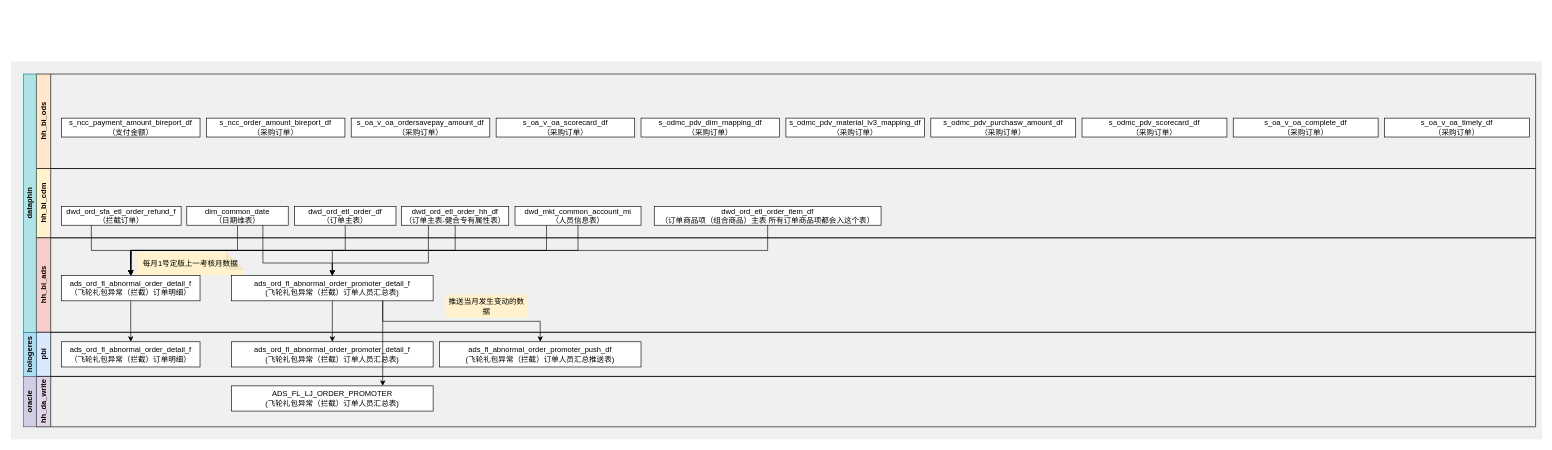
Before: 采购可视化.drawio in ztacode/drawio, a draw.io diagram. Source tidied: cells renumbered, new cells numbered last; positions are measured from the earlier drawing's top-left corner, leaving out a move shared by most shapes. Both pictures are drawn from the tidied source at 63%, with x=0, y=0 at pixel (11, 61).
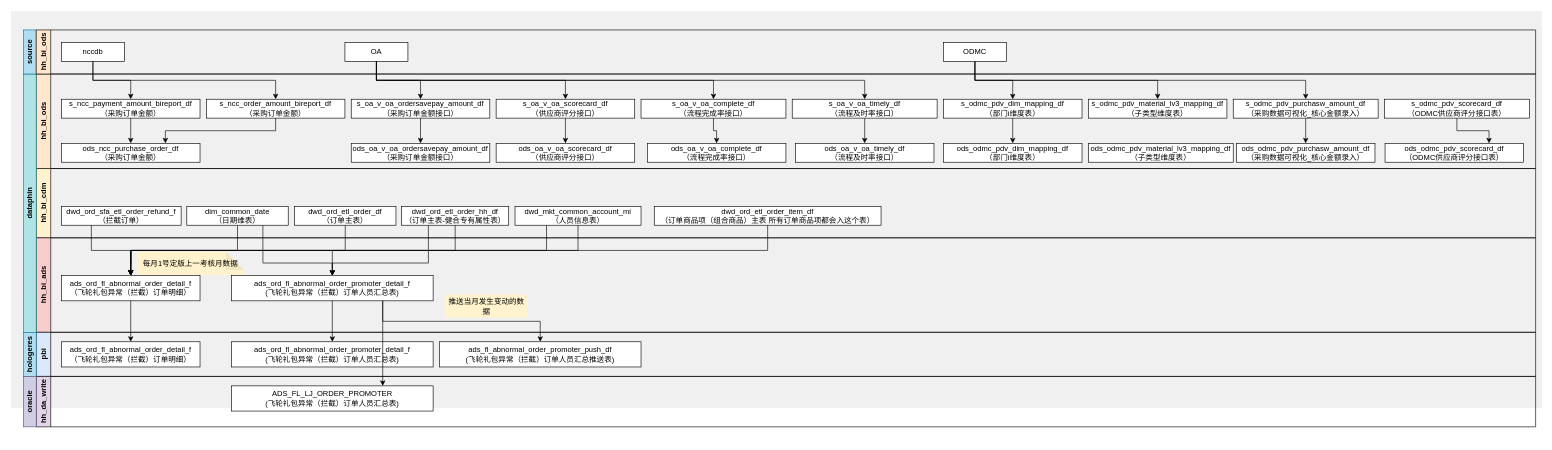
After the change.

Commit message (it also covers changes not shown here):
更新采购可视化.drawio

The change refers to these unchanged cells:
```xml
<mxCell id="3" value="hh_bi_ods" style="swimlane;horizontal=0;whiteSpace=wrap;html=1;startSize=23;fillColor=#ffe6cc;strokeColor=default;" parent="1" vertex="1">
  <mxGeometry x="40" y="20" width="2380" height="150" as="geometry" />
</mxCell>
```

Change to the diagram source:
```diff
@@
     <mxCell id="2" style="rounded=0;whiteSpace=wrap;html=1;fillColor=#F0F0F0;strokeColor=none;" parent="1" vertex="1">
-      <mxGeometry width="2430" height="600" as="geometry" />
+      <mxGeometry y="-80" width="2430" height="630" as="geometry" />
     </mxCell>
@@
+    <mxCell id="48" style="edgeStyle=orthogonalEdgeStyle;rounded=0;jettySize=auto;html=1;exitX=0.5;exitY=1;exitDx=0;exitDy=0;entryX=0.5;entryY=0;entryDx=0;entryDy=0;" parent="3" edge="1" source="47" target="61">
+      <mxGeometry relative="1" as="geometry" />
+    </mxCell>
+    <mxCell id="47" value="s_oa_v_oa_timely_df&lt;br&gt;（流程及时率接口&lt;span style=&quot;background-color: initial;&quot;&gt;）&lt;/span&gt;" style="rounded=0;whiteSpace=wrap;html=1;" parent="3" vertex="1">
+      <mxGeometry x="1200" y="40" width="230" height="30" as="geometry" />
+    </mxCell>
+    <mxCell id="49" style="edgeStyle=orthogonalEdgeStyle;rounded=0;jettySize=auto;html=1;exitX=0.5;exitY=1;exitDx=0;exitDy=0;entryX=0.5;entryY=0;entryDx=0;entryDy=0;" parent="3" edge="1" source="46" target="60">
+      <mxGeometry relative="1" as="geometry" />
+    </mxCell>
+    <mxCell id="46" value="s_oa_v_oa_complete_df&lt;br&gt;（流程完成率接口&lt;span style=&quot;background-color: initial;&quot;&gt;）&lt;/span&gt;" style="rounded=0;whiteSpace=wrap;html=1;" parent="3" vertex="1">
+      <mxGeometry x="960" y="40" width="230" height="30" as="geometry" />
+    </mxCell>
+    <mxCell id="50" style="edgeStyle=orthogonalEdgeStyle;rounded=0;jettySize=auto;html=1;exitX=0.5;exitY=1;exitDx=0;exitDy=0;entryX=0.5;entryY=0;entryDx=0;entryDy=0;" parent="3" edge="1" source="43" target="55">
+      <mxGeometry relative="1" as="geometry" />
+    </mxCell>
+    <mxCell id="43" value="s_oa_v_oa_scorecard_df&lt;br&gt;（供应商评分接口&lt;span style=&quot;background-color: initial;&quot;&gt;）&lt;/span&gt;" style="rounded=0;whiteSpace=wrap;html=1;" parent="3" vertex="1">
+      <mxGeometry x="730" y="40" width="220" height="30" as="geometry" />
+    </mxCell>
+    <mxCell id="51" style="edgeStyle=orthogonalEdgeStyle;rounded=0;jettySize=auto;html=1;exitX=0.5;exitY=1;exitDx=0;exitDy=0;entryX=0.5;entryY=0;entryDx=0;entryDy=0;" parent="3" edge="1" source="42" target="59">
+      <mxGeometry relative="1" as="geometry" />
+    </mxCell>
+    <mxCell id="42" value="s_oa_v_oa_ordersavepay_amount_df（采购订单金额接口&lt;span style=&quot;background-color: initial;&quot;&gt;）&lt;/span&gt;" style="rounded=0;whiteSpace=wrap;html=1;" parent="3" vertex="1">
+      <mxGeometry x="500" y="40" width="220" height="30" as="geometry" />
+    </mxCell>
+    <mxCell id="41" value="s_ncc_order_amount_bireport_df&lt;br&gt;（采购订单金额&lt;span style=&quot;background-color: initial;&quot;&gt;）&lt;/span&gt;" style="rounded=0;whiteSpace=wrap;html=1;" parent="3" vertex="1">
+      <mxGeometry x="270" y="40" width="220" height="30" as="geometry" />
+    </mxCell>
+    <mxCell id="40" value="s_ncc_payment_amount_bireport_df&lt;br&gt;（采购订单金额&lt;span style=&quot;background-color: initial;&quot;&gt;）&lt;/span&gt;" style="rounded=0;whiteSpace=wrap;html=1;" parent="3" vertex="1">
+      <mxGeometry x="40" y="40" width="220" height="30" as="geometry" />
+    </mxCell>
+    <mxCell id="52" style="edgeStyle=orthogonalEdgeStyle;rounded=0;jettySize=auto;html=1;exitX=0.5;exitY=1;exitDx=0;exitDy=0;entryX=0.5;entryY=0;entryDx=0;entryDy=0;" parent="3" edge="1" source="44" target="56">
+      <mxGeometry relative="1" as="geometry" />
+    </mxCell>
+    <mxCell id="44" value="s_odmc_pdv_dim_mapping_df&lt;br&gt;（部门i维度表）" style="rounded=0;whiteSpace=wrap;html=1;" parent="3" vertex="1">
+      <mxGeometry x="1440" y="40" width="220" height="30" as="geometry" />
+    </mxCell>
-    <mxCell id="4" value="s_odmc_pdv_material_lv3_mapping_df&lt;br&gt;（采购订单）" style="rounded=0;whiteSpace=wrap;html=1;" parent="3" vertex="1">
-      <mxGeometry x="1190" y="70" width="220" height="30" as="geometry" />
+    <mxCell id="4" value="s_odmc_pdv_material_lv3_mapping_df&lt;br&gt;（子类型维度表）" style="rounded=0;whiteSpace=wrap;html=1;" parent="3" vertex="1">
+      <mxGeometry x="1670" y="40" width="220" height="30" as="geometry" />
     </mxCell>
+    <mxCell id="53" style="edgeStyle=orthogonalEdgeStyle;rounded=0;jettySize=auto;html=1;exitX=0.5;exitY=1;exitDx=0;exitDy=0;entryX=0.5;entryY=0;entryDx=0;entryDy=0;" parent="3" edge="1" source="5" target="57">
+      <mxGeometry relative="1" as="geometry" />
+    </mxCell>
-    <mxCell id="5" value="s_odmc_pdv_purchasw_amount_df&lt;br&gt;（采购订单）" style="rounded=0;whiteSpace=wrap;html=1;" parent="3" vertex="1">
-      <mxGeometry x="1420" y="70" width="230" height="30" as="geometry" />
+    <mxCell id="5" value="s_odmc_pdv_purchasw_amount_df&lt;br&gt;（采购数据可视化_核心金额录入&lt;span style=&quot;background-color: initial;&quot;&gt;）&lt;/span&gt;" style="rounded=0;whiteSpace=wrap;html=1;" parent="3" vertex="1">
+      <mxGeometry x="1900" y="40" width="230" height="30" as="geometry" />
     </mxCell>
+    <mxCell id="54" style="edgeStyle=orthogonalEdgeStyle;rounded=0;jettySize=auto;html=1;exitX=0.5;exitY=1;exitDx=0;exitDy=0;entryX=0.75;entryY=0;entryDx=0;entryDy=0;" parent="3" edge="1" source="45" target="58">
+      <mxGeometry relative="1" as="geometry" />
+    </mxCell>
+    <mxCell id="45" value="s_odmc_pdv_scorecard_df&lt;br&gt;（ODMC供应商评分接口表&lt;span style=&quot;background-color: initial;&quot;&gt;）&lt;/span&gt;" style="rounded=0;whiteSpace=wrap;html=1;" parent="3" vertex="1">
+      <mxGeometry x="2140" y="40" width="230" height="30" as="geometry" />
+    </mxCell>
+    <mxCell id="55" value="ods_oa_v_oa_scorecard_df&lt;br&gt;（供应商评分接口&lt;span style=&quot;background-color: initial;&quot;&gt;）&lt;/span&gt;" style="rounded=0;whiteSpace=wrap;html=1;" parent="3" vertex="1">
+      <mxGeometry x="730" y="110" width="220" height="30" as="geometry" />
+    </mxCell>
+    <mxCell id="56" value="ods_odmc_pdv_dim_mapping_df&lt;br&gt;（部门i维度表）" style="rounded=0;whiteSpace=wrap;html=1;" parent="3" vertex="1">
+      <mxGeometry x="1440" y="110" width="220" height="30" as="geometry" />
+    </mxCell>
+    <mxCell id="57" value="ods_odmc_pdv_purchasw_amount_df（采购数据可视化_核心金额录入&lt;span style=&quot;background-color: initial;&quot;&gt;）&lt;/span&gt;" style="rounded=0;whiteSpace=wrap;html=1;" parent="3" vertex="1">
+      <mxGeometry x="1905" y="110" width="220" height="30" as="geometry" />
+    </mxCell>
+    <mxCell id="58" value="ods_odmc_pdv_scorecard_df&lt;br&gt;（ODMC供应商评分接口表&lt;span style=&quot;background-color: initial;&quot;&gt;）&lt;/span&gt;" style="rounded=0;whiteSpace=wrap;html=1;" parent="3" vertex="1">
+      <mxGeometry x="2141" y="110" width="220" height="30" as="geometry" />
+    </mxCell>
+    <mxCell id="59" value="ods_oa_v_oa_ordersavepay_amount_df&lt;br&gt;（采购订单金额接口&lt;span style=&quot;background-color: initial;&quot;&gt;）&lt;/span&gt;" style="rounded=0;whiteSpace=wrap;html=1;" parent="3" vertex="1">
+      <mxGeometry x="500" y="110" width="220" height="30" as="geometry" />
+    </mxCell>
+    <mxCell id="60" value="ods_oa_v_oa_complete_df&lt;br&gt;（流程完成率接口&lt;span style=&quot;background-color: initial;&quot;&gt;）&lt;/span&gt;" style="rounded=0;whiteSpace=wrap;html=1;" parent="3" vertex="1">
+      <mxGeometry x="970" y="110" width="220" height="30" as="geometry" />
+    </mxCell>
+    <mxCell id="61" value="ods_oa_v_oa_timely_df&lt;br&gt;（流程及时率接口&lt;span style=&quot;background-color: initial;&quot;&gt;）&lt;/span&gt;" style="rounded=0;whiteSpace=wrap;html=1;" parent="3" vertex="1">
+      <mxGeometry x="1205" y="110" width="220" height="30" as="geometry" />
+    </mxCell>
@@
-    <mxCell id="40" value="s_ncc_payment_amount_bireport_df&lt;br&gt;（支付金额）" style="rounded=0;whiteSpace=wrap;html=1;" parent="1" vertex="1">
-      <mxGeometry x="80" y="90" width="220" height="30" as="geometry" />
-    </mxCell>
-    <mxCell id="41" value="s_ncc_order_amount_bireport_df&lt;br&gt;（采购订单）" style="rounded=0;whiteSpace=wrap;html=1;" parent="1" vertex="1">
-      <mxGeometry x="310" y="90" width="220" height="30" as="geometry" />
-    </mxCell>
-    <mxCell id="42" value="s_oa_v_oa_ordersavepay_amount_df（采购订单）" style="rounded=0;whiteSpace=wrap;html=1;" parent="1" vertex="1">
-      <mxGeometry x="540" y="90" width="220" height="30" as="geometry" />
-    </mxCell>
-    <mxCell id="43" value="s_oa_v_oa_scorecard_df&lt;br&gt;（采购订单）" style="rounded=0;whiteSpace=wrap;html=1;" parent="1" vertex="1">
-      <mxGeometry x="770" y="90" width="220" height="30" as="geometry" />
-    </mxCell>
-    <mxCell id="44" value="s_odmc_pdv_dim_mapping_df&lt;br&gt;（采购订单）" style="rounded=0;whiteSpace=wrap;html=1;" parent="1" vertex="1">
-      <mxGeometry x="1000" y="90" width="220" height="30" as="geometry" />
-    </mxCell>
-    <mxCell id="45" value="s_odmc_pdv_scorecard_df&lt;br&gt;（采购订单）" style="rounded=0;whiteSpace=wrap;html=1;" parent="1" vertex="1">
-      <mxGeometry x="1700" y="90" width="230" height="30" as="geometry" />
-    </mxCell>
-    <mxCell id="46" value="s_oa_v_oa_complete_df&lt;br&gt;（采购订单）" style="rounded=0;whiteSpace=wrap;html=1;" parent="1" vertex="1">
-      <mxGeometry x="1940" y="90" width="230" height="30" as="geometry" />
-    </mxCell>
-    <mxCell id="47" value="s_oa_v_oa_timely_df&lt;br&gt;（采购订单）" style="rounded=0;whiteSpace=wrap;html=1;" parent="1" vertex="1">
-      <mxGeometry x="2180" y="90" width="230" height="30" as="geometry" />
-    </mxCell>
+    <mxCell id="62" value="source" style="rounded=0;whiteSpace=wrap;html=1;horizontal=0;fontStyle=1;fillColor=#b1ddf0;strokeColor=#10739e;" parent="1" vertex="1">
+      <mxGeometry x="20" y="-50" width="20" height="70" as="geometry" />
+    </mxCell>
+    <mxCell id="63" value="hh_bi_ods" style="swimlane;horizontal=0;whiteSpace=wrap;html=1;startSize=23;fillColor=#ffe6cc;strokeColor=default;" parent="1" vertex="1">
+      <mxGeometry x="40" y="-50" width="2380" height="70" as="geometry" />
+    </mxCell>
+    <mxCell id="64" value="nccdb" style="rounded=0;whiteSpace=wrap;html=1;" parent="63" vertex="1">
+      <mxGeometry x="40" y="20" width="100" height="30" as="geometry" />
+    </mxCell>
+    <mxCell id="65" value="OA" style="rounded=0;whiteSpace=wrap;html=1;" parent="63" vertex="1">
+      <mxGeometry x="490" y="20" width="100" height="30" as="geometry" />
+    </mxCell>
+    <mxCell id="66" value="ODMC" style="rounded=0;whiteSpace=wrap;html=1;" parent="63" vertex="1">
+      <mxGeometry x="1440" y="20" width="100" height="30" as="geometry" />
+    </mxCell>
+    <mxCell id="67" style="edgeStyle=orthogonalEdgeStyle;rounded=0;jettySize=auto;html=1;exitX=0.5;exitY=1;exitDx=0;exitDy=0;entryX=0.5;entryY=0;entryDx=0;entryDy=0;" parent="1" edge="1" source="64" target="40">
+      <mxGeometry relative="1" as="geometry" />
+    </mxCell>
+    <mxCell id="68" style="edgeStyle=orthogonalEdgeStyle;rounded=0;jettySize=auto;html=1;exitX=0.5;exitY=1;exitDx=0;exitDy=0;entryX=0.5;entryY=0;entryDx=0;entryDy=0;" parent="1" edge="1" source="64" target="41">
+      <mxGeometry relative="1" as="geometry" />
+    </mxCell>
+    <mxCell id="69" style="edgeStyle=orthogonalEdgeStyle;rounded=0;jettySize=auto;html=1;exitX=0.5;exitY=1;exitDx=0;exitDy=0;entryX=0.5;entryY=0;entryDx=0;entryDy=0;" parent="1" edge="1" source="65" target="42">
+      <mxGeometry relative="1" as="geometry" />
+    </mxCell>
+    <mxCell id="70" style="edgeStyle=orthogonalEdgeStyle;rounded=0;jettySize=auto;html=1;exitX=0.5;exitY=1;exitDx=0;exitDy=0;" parent="1" edge="1" source="65" target="43">
+      <mxGeometry relative="1" as="geometry" />
+    </mxCell>
+    <mxCell id="71" style="edgeStyle=orthogonalEdgeStyle;rounded=0;jettySize=auto;html=1;exitX=0.5;exitY=1;exitDx=0;exitDy=0;entryX=0.5;entryY=0;entryDx=0;entryDy=0;" parent="1" edge="1" source="65" target="46">
+      <mxGeometry relative="1" as="geometry" />
+    </mxCell>
+    <mxCell id="72" style="edgeStyle=orthogonalEdgeStyle;rounded=0;jettySize=auto;html=1;exitX=0.5;exitY=1;exitDx=0;exitDy=0;" parent="1" edge="1" source="65" target="47">
+      <mxGeometry relative="1" as="geometry" />
+    </mxCell>
+    <mxCell id="73" style="edgeStyle=orthogonalEdgeStyle;rounded=0;jettySize=auto;html=1;exitX=0.5;exitY=1;exitDx=0;exitDy=0;entryX=0.5;entryY=0;entryDx=0;entryDy=0;" parent="1" edge="1" source="66" target="44">
+      <mxGeometry relative="1" as="geometry" />
+    </mxCell>
+    <mxCell id="74" style="edgeStyle=orthogonalEdgeStyle;rounded=0;jettySize=auto;html=1;exitX=0.5;exitY=1;exitDx=0;exitDy=0;entryX=0.5;entryY=0;entryDx=0;entryDy=0;" parent="1" edge="1" source="66" target="4">
+      <mxGeometry relative="1" as="geometry" />
+    </mxCell>
+    <mxCell id="75" style="edgeStyle=orthogonalEdgeStyle;rounded=0;jettySize=auto;html=1;exitX=0.5;exitY=1;exitDx=0;exitDy=0;" parent="1" edge="1" source="66" target="5">
+      <mxGeometry relative="1" as="geometry" />
+    </mxCell>
+    <mxCell id="76" value="ods_ncc_purchase_order_df&lt;br&gt;（采购订单金额&lt;span style=&quot;background-color: initial;&quot;&gt;）&lt;/span&gt;" style="rounded=0;whiteSpace=wrap;html=1;" parent="1" vertex="1">
+      <mxGeometry x="80" y="130" width="220" height="30" as="geometry" />
+    </mxCell>
+    <mxCell id="77" style="edgeStyle=orthogonalEdgeStyle;rounded=0;jettySize=auto;html=1;exitX=0.5;exitY=1;exitDx=0;exitDy=0;entryX=0.5;entryY=0;entryDx=0;entryDy=0;" parent="1" edge="1" source="40" target="76">
+      <mxGeometry relative="1" as="geometry" />
+    </mxCell>
+    <mxCell id="78" style="edgeStyle=orthogonalEdgeStyle;rounded=0;jettySize=auto;html=1;exitX=0.5;exitY=1;exitDx=0;exitDy=0;entryX=0.75;entryY=0;entryDx=0;entryDy=0;" parent="1" edge="1" source="41" target="76">
+      <mxGeometry relative="1" as="geometry">
+        <Array as="points">
+          <mxPoint x="245" y="110" />
+        </Array>
+      </mxGeometry>
+    </mxCell>
+    <mxCell id="79" value="ods_odmc_pdv_material_lv3_mapping_df&lt;br&gt;（子类型维度表）" style="rounded=0;whiteSpace=wrap;html=1;" parent="1" vertex="1">
+      <mxGeometry x="1710" y="130" width="230" height="30" as="geometry" />
+    </mxCell>
```
